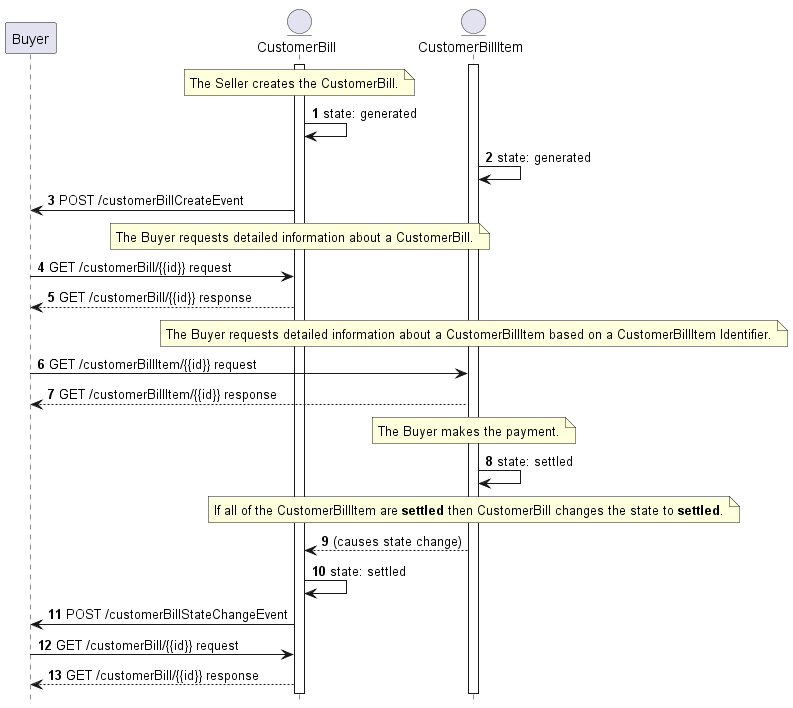
Above: documentation/productApi/billing/media/useCaseBill.png in MEF-GIT/MEF-LSO-Sonata-SDK (PlantUML), before the change.
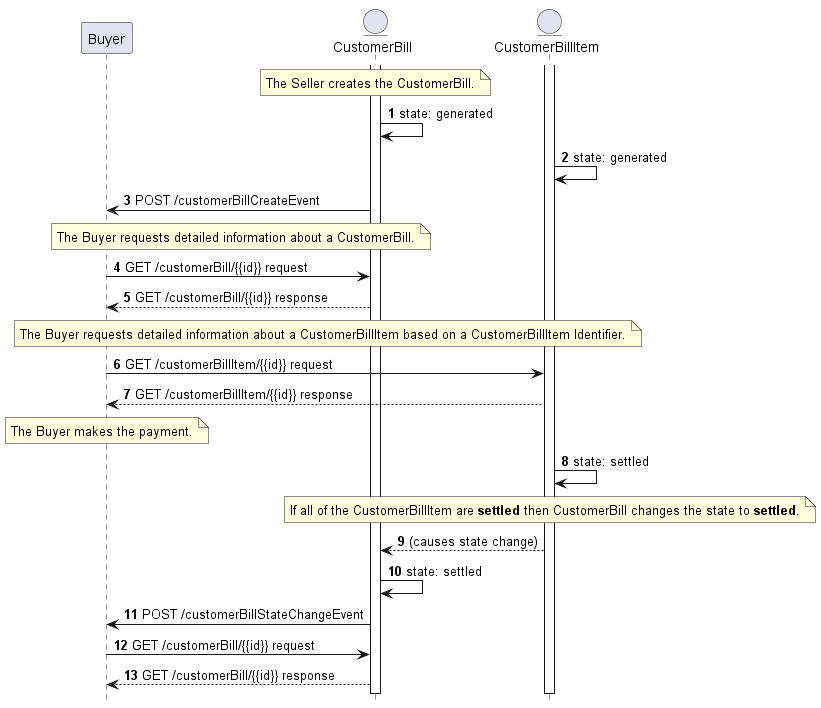
Above is the later version.

What changed in the source:
```diff
@@ -15,13 +15,13 @@
 B -> B: state: generated
 BI -> BI: state: generated
 B -> Buyer: POST /customerBillCreateEvent
-note over B: The Buyer requests detailed information about a CustomerBill.
+note over Buyer, B: The Buyer requests detailed information about a CustomerBill.
 Buyer -> B : GET /customerBill/{{id}} request
 B --> Buyer: GET /customerBill/{{id}} response
-note over BI: The Buyer requests detailed information about a CustomerBillItem based on a CustomerBillItem Identifier.
+note over Buyer, BI: The Buyer requests detailed information about a CustomerBillItem based on a CustomerBillItem Identifier.
 Buyer -> BI : GET /customerBillItem/{{id}} request
 BI --> Buyer: GET /customerBillItem/{{id}} response
-note over BI: The Buyer makes the payment.
+note over Buyer: The Buyer makes the payment.
 BI -> BI: state: settled
 note over BI: If all of the CustomerBillItem are **settled** then CustomerBill changes the state to **settled**.
 BI --> B: (causes state change)
```
